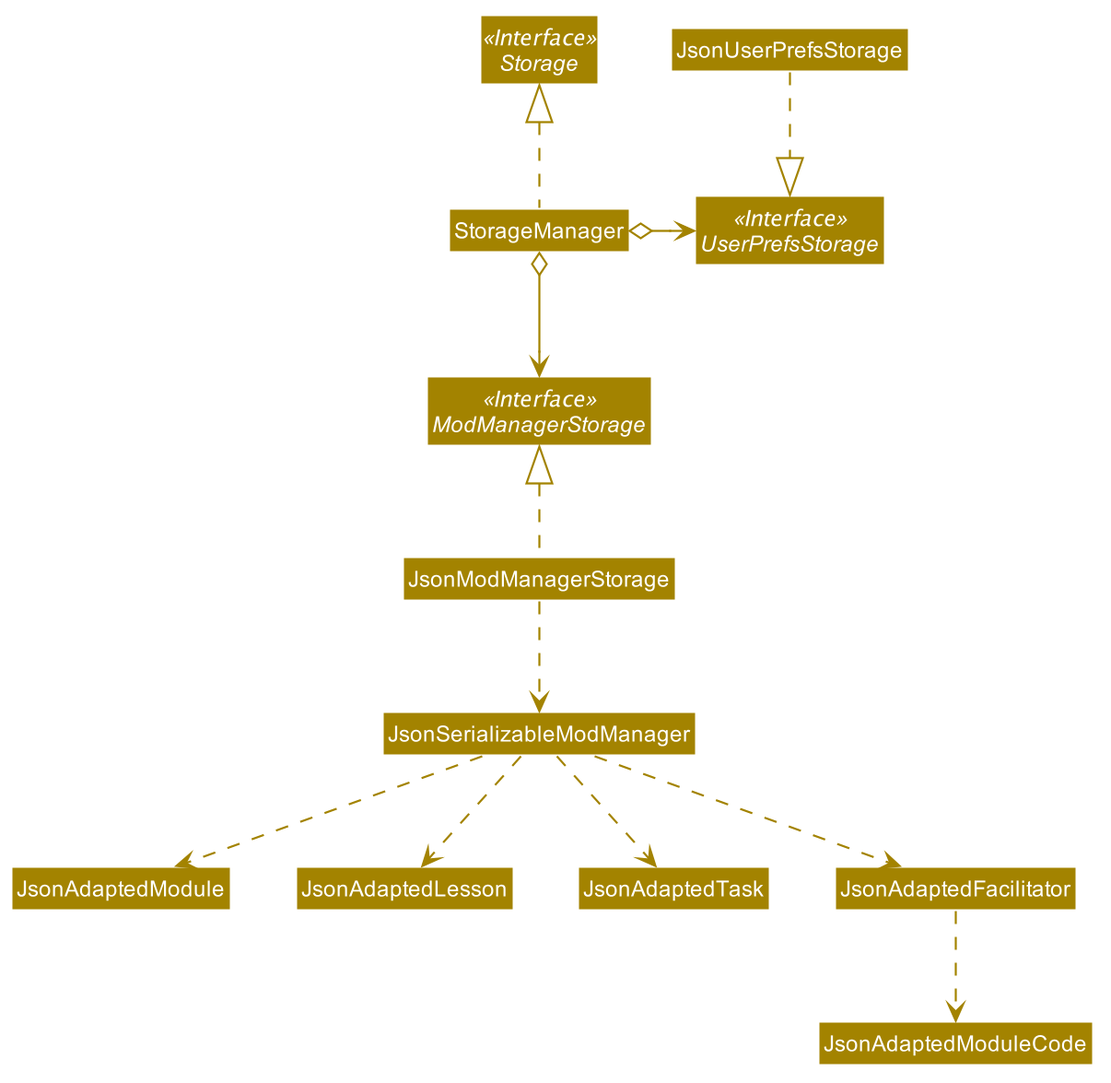
The PlantUML diagram docs/images/StorageClassDiagram.png in zixinn/main, before a commit.
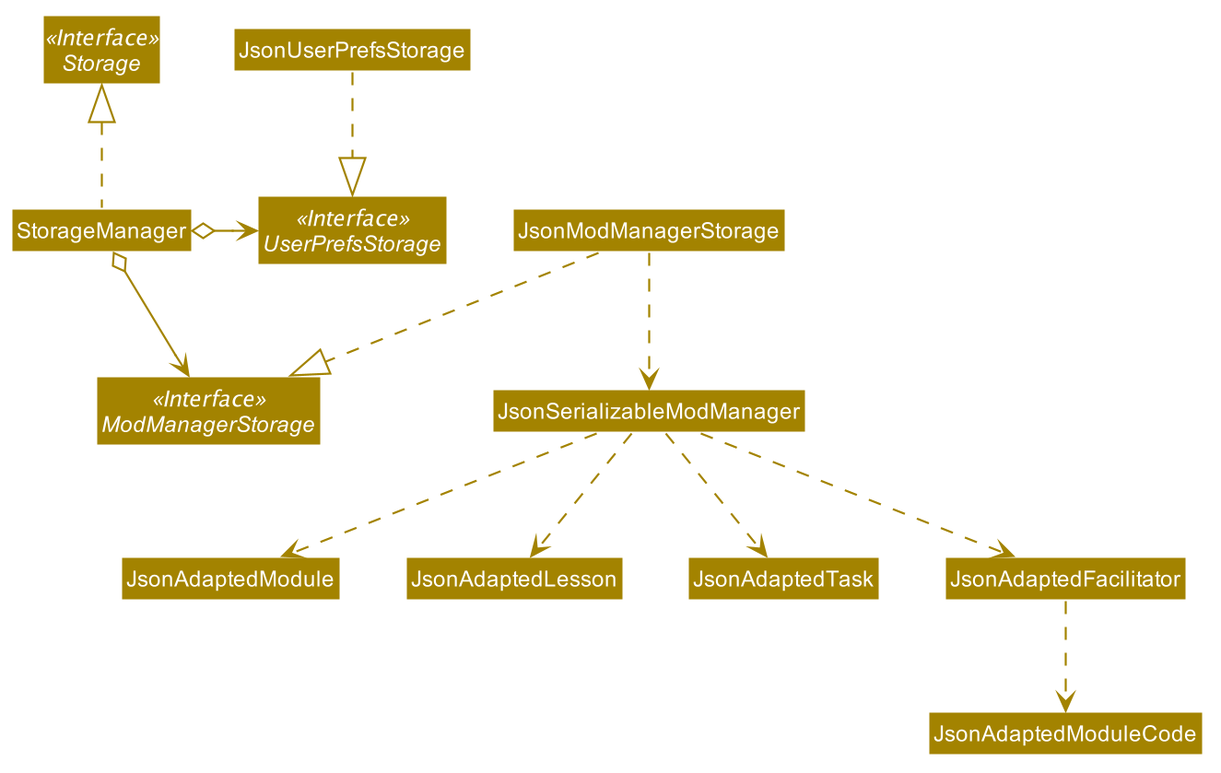
Later version of the same file.

Diff of the diagram source:
```diff
@@ -67,7 +67,7 @@
 StorageManager o--> ModManagerStorage
 
 JsonUserPrefsStorage ..|> UserPrefsStorage
-JsonModManagerStorage .up.|> ModManagerStorage
+JsonModManagerStorage ..|> ModManagerStorage
 JsonModManagerStorage .down.> JsonSerializableModManager
 JsonSerializableModManager ..> JsonAdaptedModule
 JsonSerializableModManager ..> JsonAdaptedLesson
```
